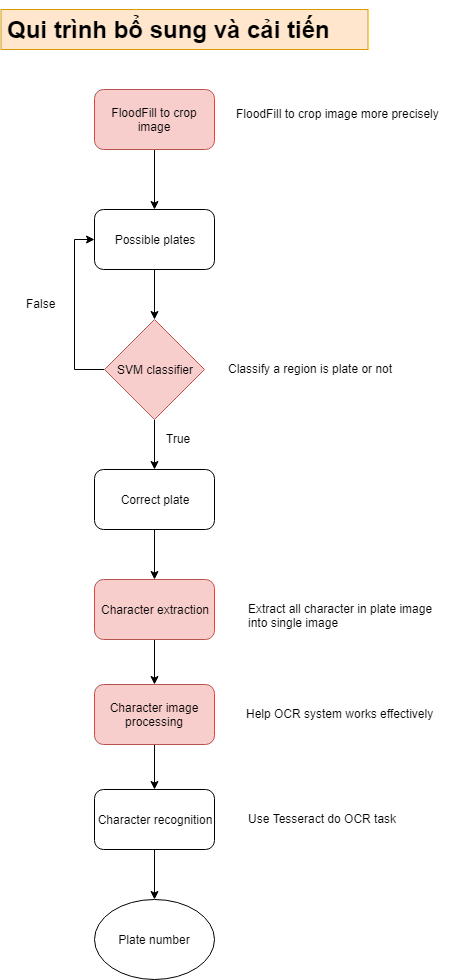
This is diagram_2.png from hao-pt/ALPR-project, a draw.io export, as it was before one commit. Source tidied: cells renumbered, new cells last; positions are measured from the earlier drawing's top-left corner, leaving out a move shared by most shapes.
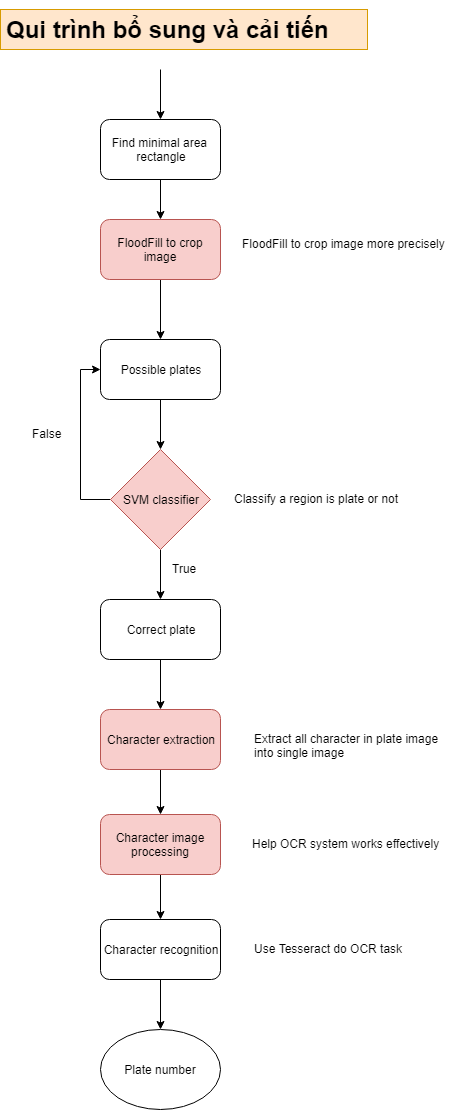
After the change.

Commit message:
Chinh sua diagram cua ban cai tien version 1

What changed in the source:
```diff
@@ -64,7 +64,7 @@
       <mxGeometry x="94" y="460" width="120" height="60" as="geometry" />
     </mxCell>
     <mxCell id="20" value="&lt;h1&gt;Qui trình bổ sung và cải tiến&lt;/h1&gt;&lt;p&gt;&lt;br&gt;&lt;/p&gt;" style="text;html=1;spacing=5;spacingTop=-20;whiteSpace=wrap;overflow=hidden;rounded=0;fillColor=#ffe6cc;strokeColor=#d79b00;" parent="1" vertex="1">
-      <mxGeometry x="0.5" width="367" height="40" as="geometry" />
+      <mxGeometry x="-6" y="-130" width="367" height="40" as="geometry" />
     </mxCell>
     <mxCell id="21" style="edgeStyle=orthogonalEdgeStyle;rounded=0;jettySize=auto;html=1;" parent="1" edge="1" source="22" target="12">
       <mxGeometry relative="1" as="geometry" />
@@ -81,5 +81,16 @@
     <mxCell id="25" value="Extract all character in plate image &lt;br&gt;into single image" style="text;html=1;align=left;verticalAlign=top;spacingTop=-4;" parent="1" vertex="1">
       <mxGeometry x="246" y="590" width="200" height="30" as="geometry" />
     </mxCell>
+    <mxCell id="26" style="edgeStyle=orthogonalEdgeStyle;rounded=0;jettySize=auto;html=1;" parent="1" edge="1" source="27" target="5">
+      <mxGeometry relative="1" as="geometry" />
+    </mxCell>
+    <mxCell id="27" value="Find minimal area &lt;br&gt;rectangle" style="rounded=1;whiteSpace=wrap;html=1;" parent="1" vertex="1">
+      <mxGeometry x="94" y="-20" width="120" height="60" as="geometry" />
+    </mxCell>
+    <mxCell id="28" style="endArrow=classic;html=1;entryX=0.5;entryY=0;entryDx=0;entryDy=0;" parent="1" edge="1" target="27">
+      <mxGeometry relative="1" as="geometry">
+        <mxPoint x="154" y="-70" as="sourcePoint" />
+      </mxGeometry>
+    </mxCell>
   </root>
 </mxGraphModel>
```
